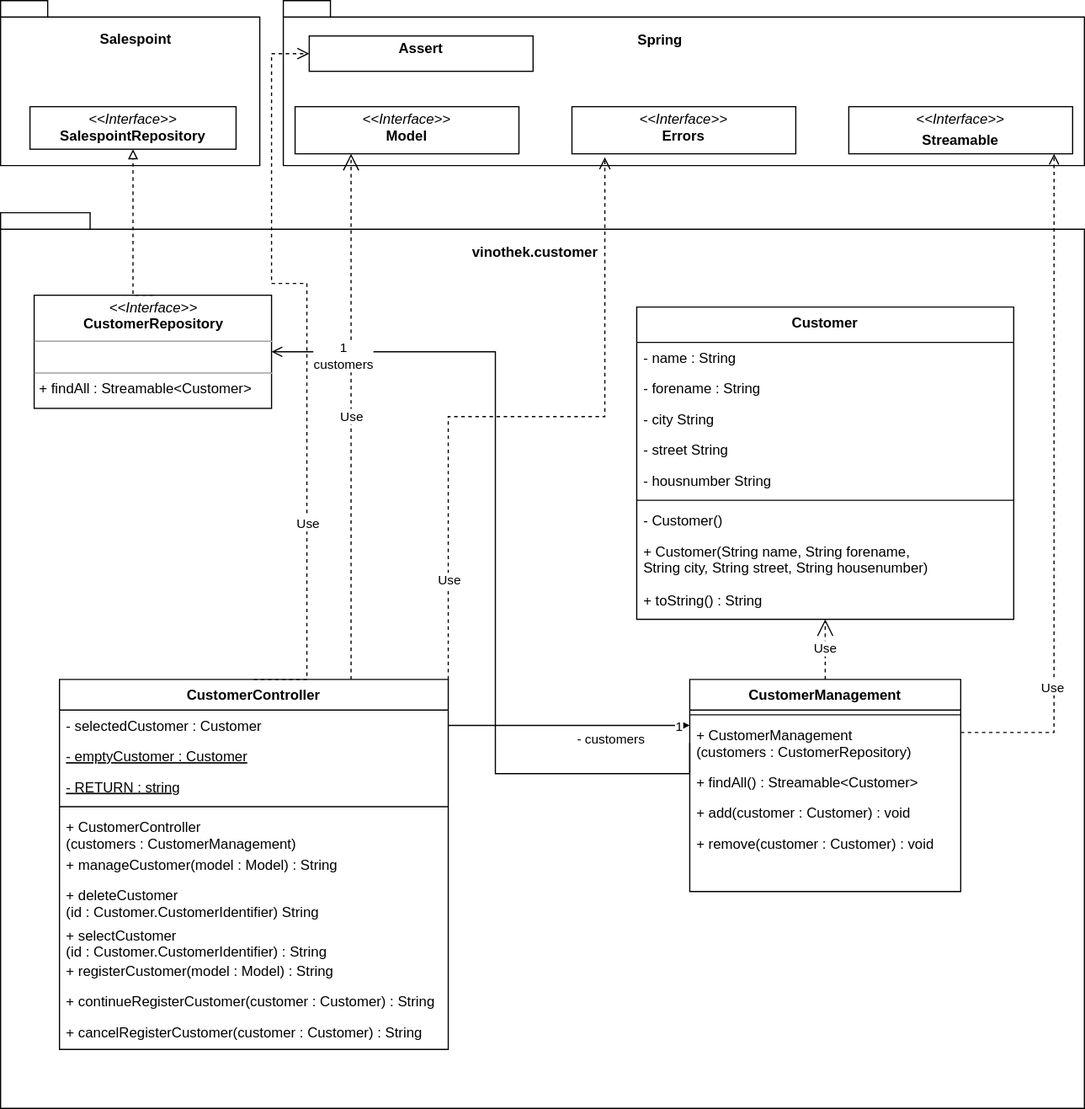
Before: diagrams SWP/Klassendiagramm Customer.drawio.svg, a diagram exported from draw.io (StarSkiller/Diagrams). Source tidied: cells renumbered, new cells last; positions are measured from the earlier drawing's top-left corner, leaving out a move shared by most shapes.
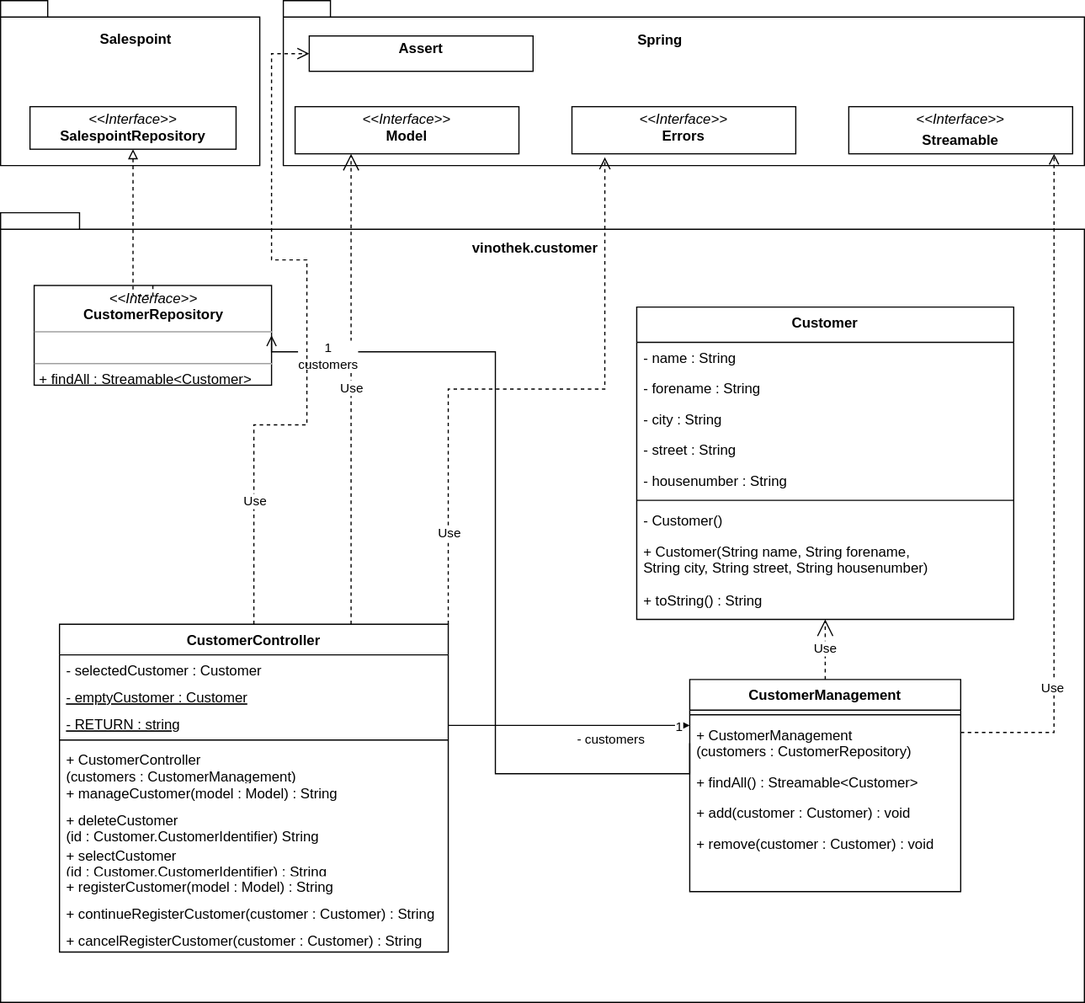
The same diagram one commit later.

What changed in the source:
```diff
@@ -21,52 +21,52 @@
       <mxGeometry x="90.3" y="19.6" width="29.3" height="4.4" as="geometry" />
     </mxCell>
     <mxCell id="8" style="group;" parent="1" vertex="1">
-      <mxGeometry y="180" width="920" height="760" as="geometry" />
+      <mxGeometry y="180" width="920" height="670" as="geometry" />
     </mxCell>
     <mxCell id="9" style="shape=folder;fontStyle=1;spacingTop=10;tabWidth=40;tabHeight=14;tabPosition=left;html=1;" parent="8" vertex="1">
-      <mxGeometry width="920" height="760" as="geometry" />
+      <mxGeometry width="920" height="670" as="geometry" />
     </mxCell>
     <mxCell id="10" value="vinothek.customer" style="text;align=center;fontStyle=1;verticalAlign=middle;spacingLeft=3;spacingRight=3;strokeColor=none;" parent="8" vertex="1">
-      <mxGeometry x="417.9" y="20" width="72.2" height="26" as="geometry" />
+      <mxGeometry x="417.9" y="17.6" width="72.2" height="22.9" as="geometry" />
     </mxCell>
     <mxCell id="11" value="&lt;p style=&quot;margin:0px;margin-top:4px;text-align:center;&quot;&gt;&lt;i&gt;&amp;lt;&amp;lt;Interface&amp;gt;&amp;gt;&lt;/i&gt;&lt;br&gt;&lt;b&gt;CustomerRepository&lt;/b&gt;&lt;/p&gt;&lt;hr size=&quot;1&quot;&gt;&lt;p style=&quot;margin:0px;margin-left:4px;&quot;&gt;&lt;br&gt;&lt;/p&gt;&lt;hr size=&quot;1&quot;&gt;&lt;p style=&quot;margin:0px;margin-left:4px;&quot;&gt;+ findAll : Streamable&amp;lt;Customer&amp;gt;&lt;br&gt;&lt;/p&gt;" style="verticalAlign=top;align=left;overflow=fill;fontSize=12;fontFamily=Helvetica;html=1;" parent="8" vertex="1">
-      <mxGeometry x="28.5" y="70" width="201.5" height="96" as="geometry" />
+      <mxGeometry x="28.5" y="61.7" width="201.5" height="84.6" as="geometry" />
     </mxCell>
     <mxCell id="12" value="CustomerController" style="swimlane;fontStyle=1;align=center;verticalAlign=top;horizontal=1;startSize=26;rounded=0;shadow=0;strokeWidth=1;" parent="8" vertex="1">
-      <mxGeometry x="50" y="396" width="330" height="314" as="geometry" />
+      <mxGeometry x="50" y="349.1" width="330" height="278.1" as="geometry" />
     </mxCell>
     <mxCell id="13" value="- selectedCustomer : Customer" style="text;align=left;verticalAlign=top;spacingLeft=4;spacingRight=4;overflow=hidden;rounded=0;shadow=0;html=0;" parent="12" vertex="1">
-      <mxGeometry y="26" width="330" height="26" as="geometry" />
+      <mxGeometry y="26" width="330" height="22.9" as="geometry" />
     </mxCell>
     <mxCell id="14" value="- emptyCustomer : Customer" style="text;align=left;verticalAlign=top;spacingLeft=4;spacingRight=4;overflow=hidden;rounded=0;shadow=0;html=0;fontStyle=4;" parent="12" vertex="1">
-      <mxGeometry y="52" width="330" height="26" as="geometry" />
+      <mxGeometry y="48.9" width="330" height="22.9" as="geometry" />
     </mxCell>
     <mxCell id="15" value="- RETURN : string" style="text;align=left;verticalAlign=top;spacingLeft=4;spacingRight=4;overflow=hidden;rounded=0;shadow=0;html=0;fontStyle=4;" parent="12" vertex="1">
-      <mxGeometry y="78" width="330" height="26" as="geometry" />
+      <mxGeometry y="71.8" width="330" height="22.9" as="geometry" />
     </mxCell>
     <mxCell id="16" style="line;html=1;strokeWidth=1;align=left;verticalAlign=middle;spacingTop=-1;spacingLeft=3;spacingRight=3;labelPosition=right;" parent="12" vertex="1">
-      <mxGeometry y="104" width="330" height="8" as="geometry" />
+      <mxGeometry y="94.8" width="330" height="7.1" as="geometry" />
     </mxCell>
     <mxCell id="17" value="+ CustomerController&#10;(customers : CustomerManagement)" style="text;align=left;verticalAlign=top;spacingLeft=4;spacingRight=4;overflow=hidden;fontStyle=0;" parent="12" vertex="1">
-      <mxGeometry y="112" width="330" height="32" as="geometry" />
+      <mxGeometry y="101.8" width="330" height="28.2" as="geometry" />
     </mxCell>
     <mxCell id="18" value="+ manageCustomer(model : Model) : String" style="text;align=left;verticalAlign=top;spacingLeft=4;spacingRight=4;overflow=hidden;" parent="12" vertex="1">
-      <mxGeometry y="144" width="330" height="26" as="geometry" />
+      <mxGeometry y="130" width="330" height="22.9" as="geometry" />
     </mxCell>
     <mxCell id="19" value="+ deleteCustomer&#10;(id : Customer.CustomerIdentifier) String" style="text;align=left;verticalAlign=top;spacingLeft=4;spacingRight=4;overflow=hidden;" parent="12" vertex="1">
-      <mxGeometry y="170" width="330" height="34" as="geometry" />
+      <mxGeometry y="152.9" width="330" height="30" as="geometry" />
     </mxCell>
     <mxCell id="20" value="+ selectCustomer&#10;(id : Customer.CustomerIdentifier) : String" style="text;align=left;verticalAlign=top;spacingLeft=4;spacingRight=4;overflow=hidden;rounded=0;shadow=0;html=0;" parent="12" vertex="1">
-      <mxGeometry y="204" width="330" height="30" as="geometry" />
+      <mxGeometry y="182.9" width="330" height="26.4" as="geometry" />
     </mxCell>
     <mxCell id="21" value="+ registerCustomer(model : Model) : String" style="text;align=left;verticalAlign=top;spacingLeft=4;spacingRight=4;overflow=hidden;rounded=0;shadow=0;html=0;" parent="12" vertex="1">
-      <mxGeometry y="234" width="330" height="26" as="geometry" />
+      <mxGeometry y="209.4" width="330" height="22.9" as="geometry" />
     </mxCell>
     <mxCell id="22" value="+ continueRegisterCustomer(customer : Customer) : String" style="text;align=left;verticalAlign=top;spacingLeft=4;spacingRight=4;overflow=hidden;rounded=0;shadow=0;html=0;" parent="12" vertex="1">
-      <mxGeometry y="260" width="330" height="26" as="geometry" />
+      <mxGeometry y="232.3" width="330" height="22.9" as="geometry" />
     </mxCell>
     <mxCell id="23" value="+ cancelRegisterCustomer(customer : Customer) : String" style="text;align=left;verticalAlign=top;spacingLeft=4;spacingRight=4;overflow=hidden;rounded=0;shadow=0;html=0;" parent="12" vertex="1">
-      <mxGeometry y="286" width="330" height="26" as="geometry" />
+      <mxGeometry y="255.2" width="330" height="22.9" as="geometry" />
     </mxCell>
     <mxCell id="24" value="Customer" style="swimlane;fontStyle=1;align=center;verticalAlign=top;horizontal=1;startSize=30;rounded=0;shadow=0;strokeWidth=1;" parent="1" vertex="1">
       <mxGeometry x="540" y="260" width="320" height="265" as="geometry" />
@@ -77,13 +77,13 @@
     <mxCell id="26" value="- forename : String" style="text;align=left;verticalAlign=top;spacingLeft=4;spacingRight=4;overflow=hidden;rounded=0;shadow=0;html=0;" parent="24" vertex="1">
       <mxGeometry y="56" width="320" height="26" as="geometry" />
     </mxCell>
-    <mxCell id="27" value="- city String" style="text;align=left;verticalAlign=top;spacingLeft=4;spacingRight=4;overflow=hidden;rounded=0;shadow=0;html=0;" parent="24" vertex="1">
+    <mxCell id="27" value="- city : String" style="text;align=left;verticalAlign=top;spacingLeft=4;spacingRight=4;overflow=hidden;rounded=0;shadow=0;html=0;" parent="24" vertex="1">
       <mxGeometry y="82" width="320" height="26" as="geometry" />
     </mxCell>
-    <mxCell id="28" value="- street String" style="text;align=left;verticalAlign=top;spacingLeft=4;spacingRight=4;overflow=hidden;rounded=0;shadow=0;html=0;" parent="24" vertex="1">
+    <mxCell id="28" value="- street : String" style="text;align=left;verticalAlign=top;spacingLeft=4;spacingRight=4;overflow=hidden;rounded=0;shadow=0;html=0;" parent="24" vertex="1">
       <mxGeometry y="108" width="320" height="26" as="geometry" />
     </mxCell>
-    <mxCell id="29" value="- housnumber String" style="text;align=left;verticalAlign=top;spacingLeft=4;spacingRight=4;overflow=hidden;rounded=0;shadow=0;html=0;" parent="24" vertex="1">
+    <mxCell id="29" value="- housenumber : String" style="text;align=left;verticalAlign=top;spacingLeft=4;spacingRight=4;overflow=hidden;rounded=0;shadow=0;html=0;" parent="24" vertex="1">
       <mxGeometry y="134" width="320" height="26" as="geometry" />
     </mxCell>
     <mxCell id="30" style="line;html=1;strokeWidth=1;align=left;verticalAlign=middle;spacingTop=-1;spacingLeft=3;spacingRight=3;labelPosition=right;" parent="24" vertex="1">
@@ -188,15 +188,18 @@
     <mxCell id="57" style="edgeStyle=orthogonalEdgeStyle;rounded=0;jettySize=auto;html=1;exitX=0.5;exitY=0;exitDx=0;exitDy=0;entryX=0;entryY=0.5;entryDx=0;entryDy=0;dashed=1;endArrow=open;endFill=0;endSize=8;" parent="1" edge="1" source="12" target="56">
       <mxGeometry relative="1" as="geometry">
         <Array as="points">
-          <mxPoint x="260" y="576" />
-          <mxPoint x="260" y="240" />
-          <mxPoint x="230" y="240" />
+          <mxPoint x="215" y="360" />
+          <mxPoint x="260" y="360" />
+          <mxPoint x="260" y="220" />
+          <mxPoint x="230" y="220" />
           <mxPoint x="230" y="45" />
         </Array>
       </mxGeometry>
     </mxCell>
     <mxCell id="58" value="Use" style="edgeLabel;html=1;align=center;verticalAlign=middle;" parent="57" vertex="1">
-      <mxGeometry x="-0.44" relative="1" as="geometry" />
+      <mxGeometry x="-0.44" relative="1" as="geometry">
+        <mxPoint y="60" as="offset" />
+      </mxGeometry>
     </mxCell>
   </root>
 </mxGraphModel>
```
